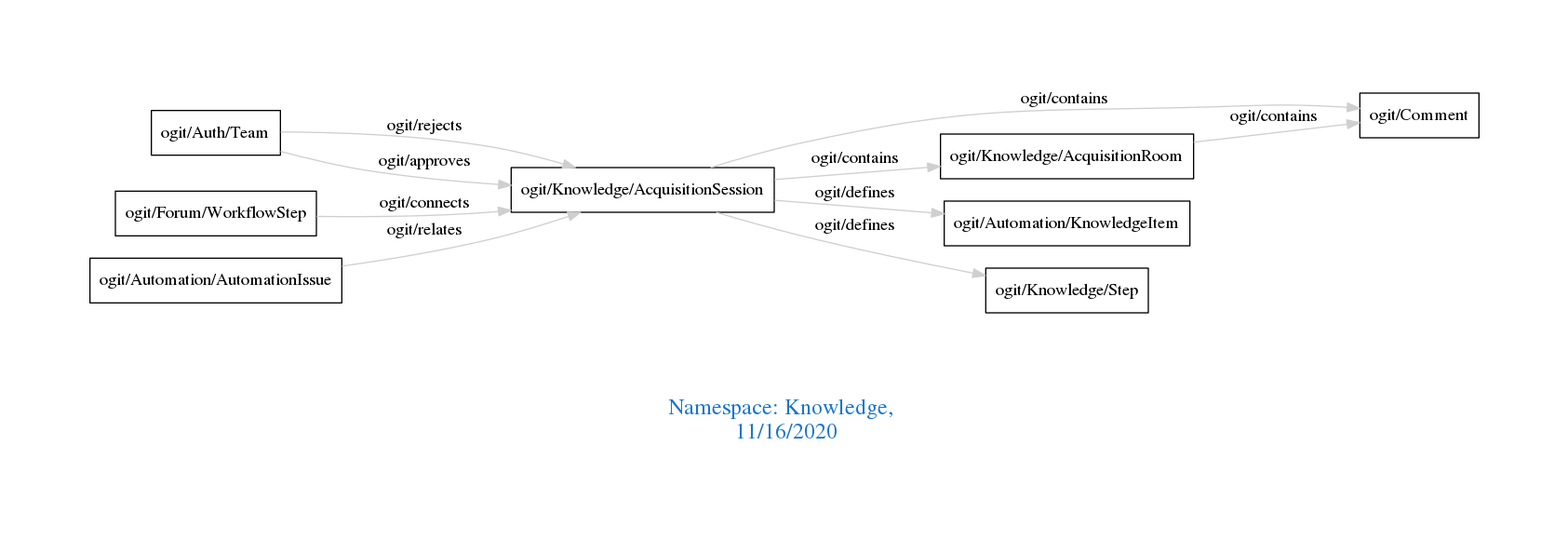
Earlier version of the Graphviz export downloads/Knowledge.png (arago/OGIT). Its source is kept beside it as downloads/Knowledge.dot.
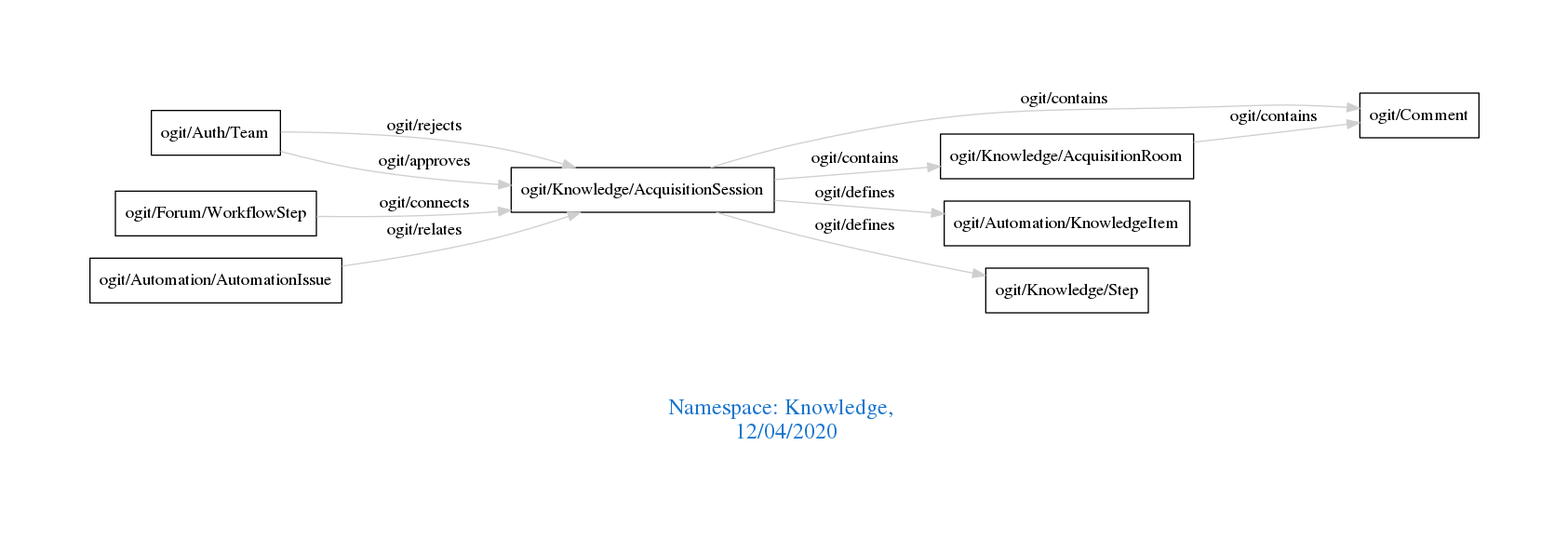
The same diagram one commit later.

The edit, as a diff of the source:
```diff
@@ -1,7 +1,7 @@
 digraph OGIT_ontology {
  graph [ rankdir= LR,pad=1
 fontsize = 18,
-fontcolor= dodgerblue3,label = "\n\n\nNamespace: Knowledge, \n 11/16/2020"];
+fontcolor= dodgerblue3,label = "\n\n\nNamespace: Knowledge, \n 12/04/2020"];
 node[shape=polygon];
 edge [  color="gray81"];
 
```
